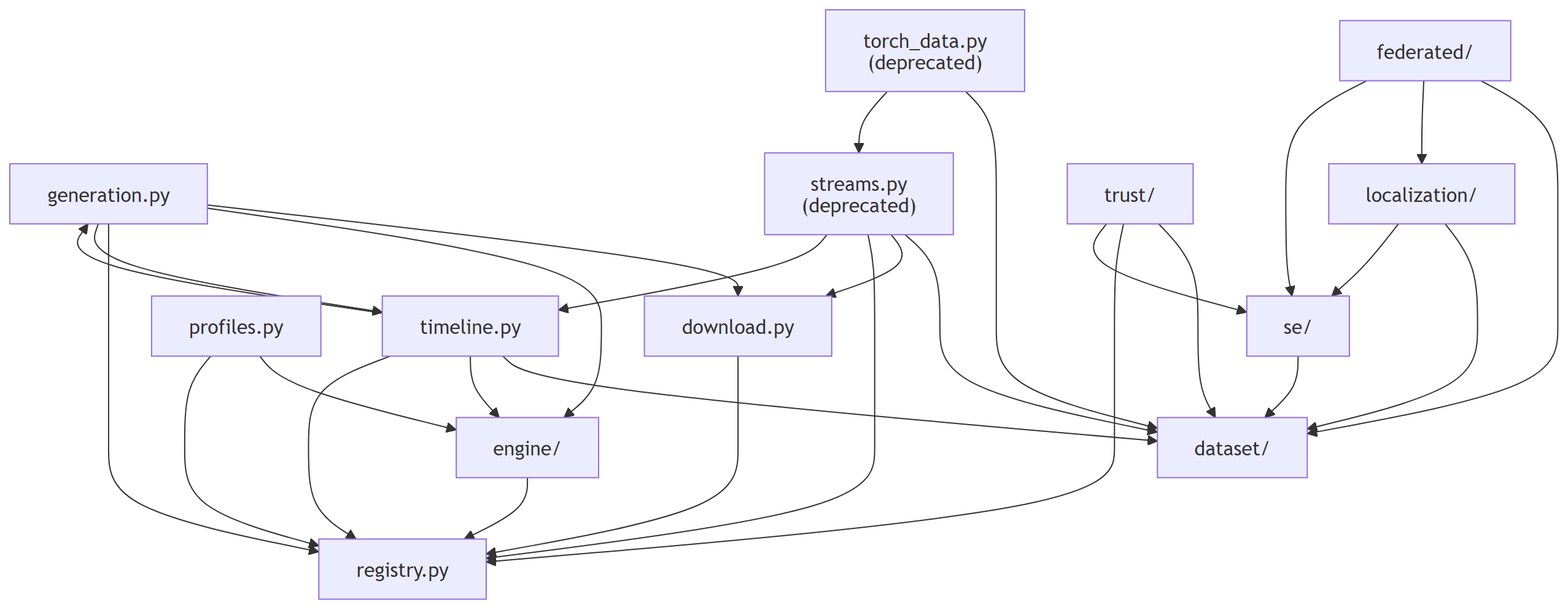
Earlier version of the Mermaid export docs/figures/diagrams/modules.png (myersben9/fdia-graph). Its source is kept beside it as docs/figures/diagrams/modules.mmd.
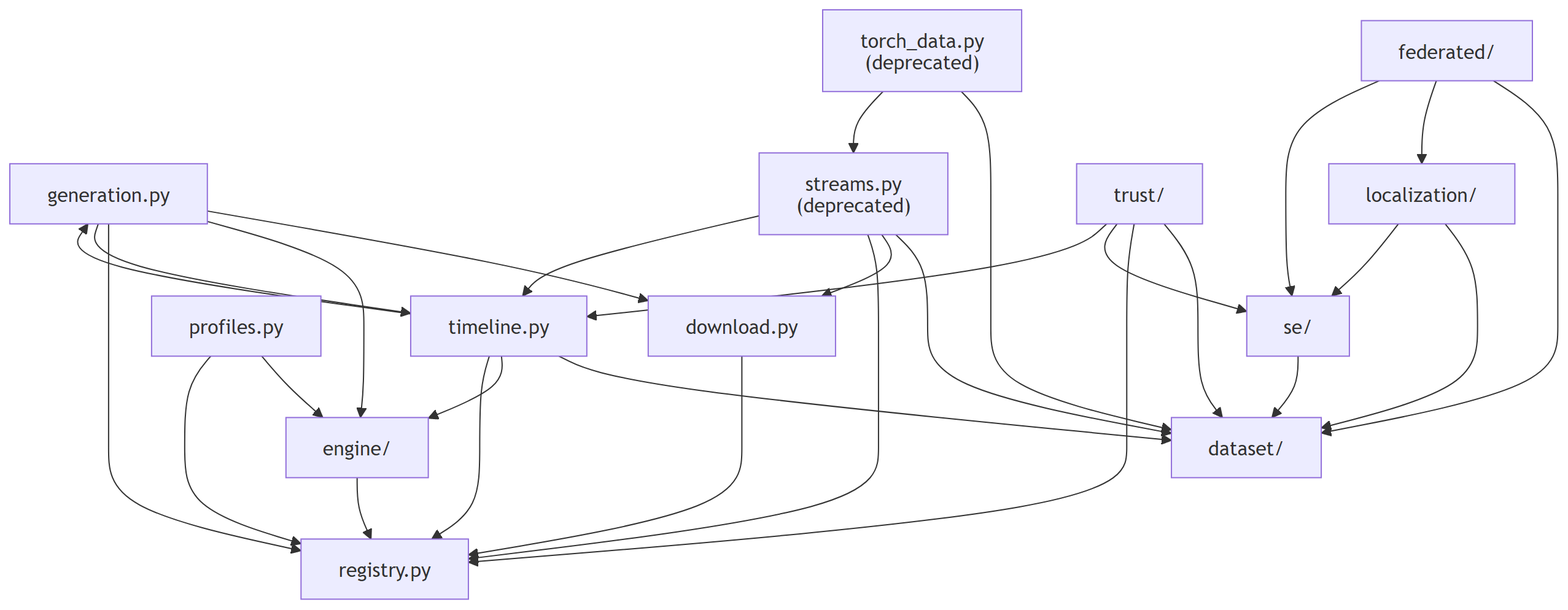
The same file after the commit.

What changed in the source:
```diff
@@ -39,3 +39,4 @@
     trust --> dataset
     trust --> registry
     trust --> se
+    trust --> timeline
```
